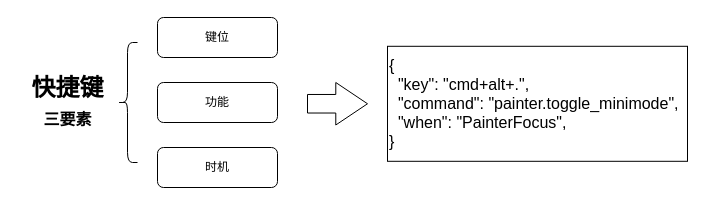
Above: keyboard.drawio in xxKarina/draw.io (draw.io), before the change. Source tidied: cells renumbered, new cells numbered last; positions are measured from the earlier drawing's top-left corner, leaving out a move shared by most shapes. Both pictures are drawn from the tidied source at 100%, with x=0, y=0 at pixel (17, 17).
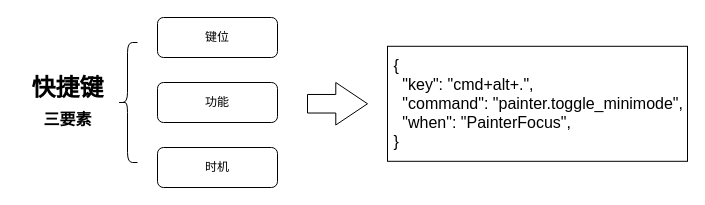
After the change.

What changed in the source:
```diff
@@
 <mxGraphModel>
   <root>
     <mxCell id="0" />
     <mxCell id="1" parent="0" />
     <mxCell id="2" value="键位" style="rounded=1;whiteSpace=wrap;html=1;fontSize=12;glass=0;strokeWidth=1;shadow=0;" parent="1" vertex="1">
       <mxGeometry x="140" width="120" height="40" as="geometry" />
     </mxCell>
     <mxCell id="3" value="功能" style="rounded=1;whiteSpace=wrap;html=1;fontSize=12;glass=0;strokeWidth=1;shadow=0;" parent="1" vertex="1">
       <mxGeometry x="140" y="65" width="120" height="40" as="geometry" />
     </mxCell>
     <mxCell id="4" value="时机" style="rounded=1;whiteSpace=wrap;html=1;fontSize=12;glass=0;strokeWidth=1;shadow=0;" parent="1" vertex="1">
       <mxGeometry x="140" y="130" width="120" height="40" as="geometry" />
     </mxCell>
     <mxCell id="5" style="shape=curlyBracket;whiteSpace=wrap;html=1;rounded=1;" parent="1" vertex="1">
       <mxGeometry x="100" y="25" width="20" height="120" as="geometry" />
     </mxCell>
     <mxCell id="6" value="快捷键&lt;br&gt;&lt;font style=&quot;font-size: 16px&quot;&gt;三要素&lt;/font&gt;" style="text;strokeColor=none;fillColor=none;html=1;fontSize=24;fontStyle=1;verticalAlign=middle;align=center;" parent="1" vertex="1">
       <mxGeometry y="65" width="100" height="40" as="geometry" />
     </mxCell>
     <mxCell id="7" style="shape=singleArrow;whiteSpace=wrap;html=1;fontSize=16;arrowWidth=0.43636363636363634;arrowSize=0.5285714285714286;" parent="1" vertex="1">
       <mxGeometry x="290" y="65" width="60" height="42.5" as="geometry" />
     </mxCell>
-    <mxCell id="8" value="&lt;div&gt;{&amp;nbsp;&lt;/div&gt;&lt;div&gt;&amp;nbsp; &quot;key&quot;: &quot;cmd+alt+.&quot;,&lt;/div&gt;&lt;div&gt;&amp;nbsp; &quot;command&quot;: &quot;painter.toggle_minimode&quot;,&lt;/div&gt;&lt;div&gt;&amp;nbsp; &quot;when&quot;: &quot;PainterFocus&quot;,&lt;/div&gt;&lt;div&gt;}&lt;/div&gt;" style="whiteSpace=wrap;html=1;align=left;newEdgeStyle={&quot;edgeStyle&quot;:&quot;elbowEdgeStyle&quot;,&quot;startArrow&quot;:&quot;none&quot;,&quot;endArrow&quot;:&quot;none&quot;};fontSize=16;" parent="1" vertex="1" collapsed="1">
+    <mxCell id="8" value="&lt;div&gt;&amp;nbsp;{&amp;nbsp;&lt;/div&gt;&lt;div&gt;&amp;nbsp; &amp;nbsp;&quot;key&quot;: &quot;cmd+alt+.&quot;,&lt;/div&gt;&lt;div&gt;&amp;nbsp; &amp;nbsp;&quot;command&quot;: &quot;painter.toggle_minimode&quot;,&lt;/div&gt;&lt;div&gt;&amp;nbsp; &amp;nbsp;&quot;when&quot;: &quot;PainterFocus&quot;,&lt;/div&gt;&lt;div&gt;&amp;nbsp;}&lt;/div&gt;" style="whiteSpace=wrap;html=1;align=left;newEdgeStyle={&quot;edgeStyle&quot;:&quot;elbowEdgeStyle&quot;,&quot;startArrow&quot;:&quot;none&quot;,&quot;endArrow&quot;:&quot;none&quot;};fontSize=16;" parent="1" vertex="1" collapsed="1">
       <mxGeometry x="370" y="28.8" width="300" height="115" as="geometry" />
     </mxCell>
   </root>
 </mxGraphModel>
```
